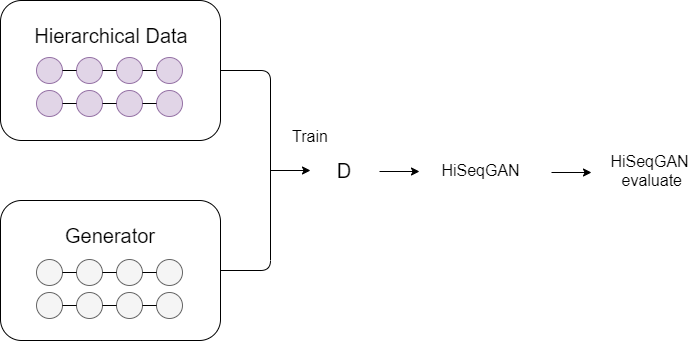
The draw.io diagram image/Accurate.png in lina2360/HiSeqGan, before a commit. Source tidied: cells renumbered, new cells last; positions are measured from the earlier drawing's top-left corner, leaving out a move shared by most shapes.
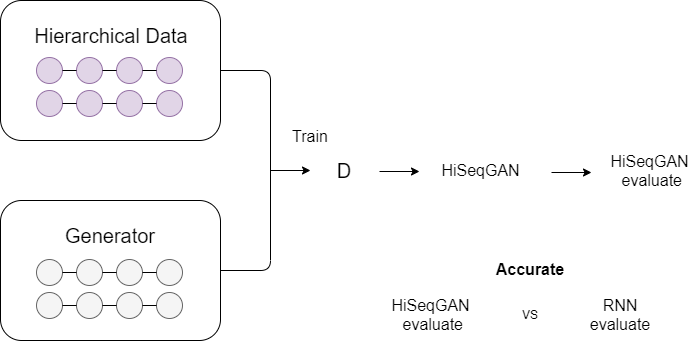
Later version of the same file.

What changed in the source:
```diff
@@ -136,5 +136,17 @@
     <mxCell id="41" value="&lt;span style=&quot;font-size: 16px&quot;&gt;HiSeqGAN&lt;br&gt;&lt;/span&gt;&lt;span style=&quot;font-size: 16px&quot;&gt;&amp;nbsp;evaluate&lt;/span&gt;" style="text;html=1;strokeColor=none;fillColor=none;align=center;verticalAlign=middle;whiteSpace=wrap;rounded=0;" parent="1" vertex="1">
       <mxGeometry x="629" y="160" width="41" height="20" as="geometry" />
     </mxCell>
+    <mxCell id="42" value="&lt;span style=&quot;font-size: 16px&quot;&gt;HiSeqGAN&lt;br&gt;&lt;/span&gt;&lt;span style=&quot;font-size: 16px&quot;&gt;&amp;nbsp;evaluate&lt;/span&gt;" style="text;html=1;strokeColor=none;fillColor=none;align=center;verticalAlign=middle;whiteSpace=wrap;rounded=0;" parent="1" vertex="1">
+      <mxGeometry x="410" y="304" width="41" height="20" as="geometry" />
+    </mxCell>
+    <mxCell id="43" value="VS" style="text;html=1;strokeColor=none;fillColor=none;align=center;verticalAlign=middle;whiteSpace=wrap;rounded=0;" parent="1" vertex="1">
+      <mxGeometry x="510" y="304" width="40" height="20" as="geometry" />
+    </mxCell>
+    <mxCell id="44" value="&lt;span style=&quot;font-size: 16px&quot;&gt;RNN evaluate&lt;/span&gt;" style="text;html=1;strokeColor=none;fillColor=none;align=center;verticalAlign=middle;whiteSpace=wrap;rounded=0;" parent="1" vertex="1">
+      <mxGeometry x="600" y="304" width="40" height="20" as="geometry" />
+    </mxCell>
+    <mxCell id="45" value="&lt;font style=&quot;font-size: 16px&quot;&gt;&lt;b&gt;Accurate&lt;/b&gt;&lt;/font&gt;" style="text;html=1;strokeColor=none;fillColor=none;align=center;verticalAlign=middle;whiteSpace=wrap;rounded=0;" parent="1" vertex="1">
+      <mxGeometry x="490" y="259" width="80" height="20" as="geometry" />
+    </mxCell>
   </root>
 </mxGraphModel>
```
